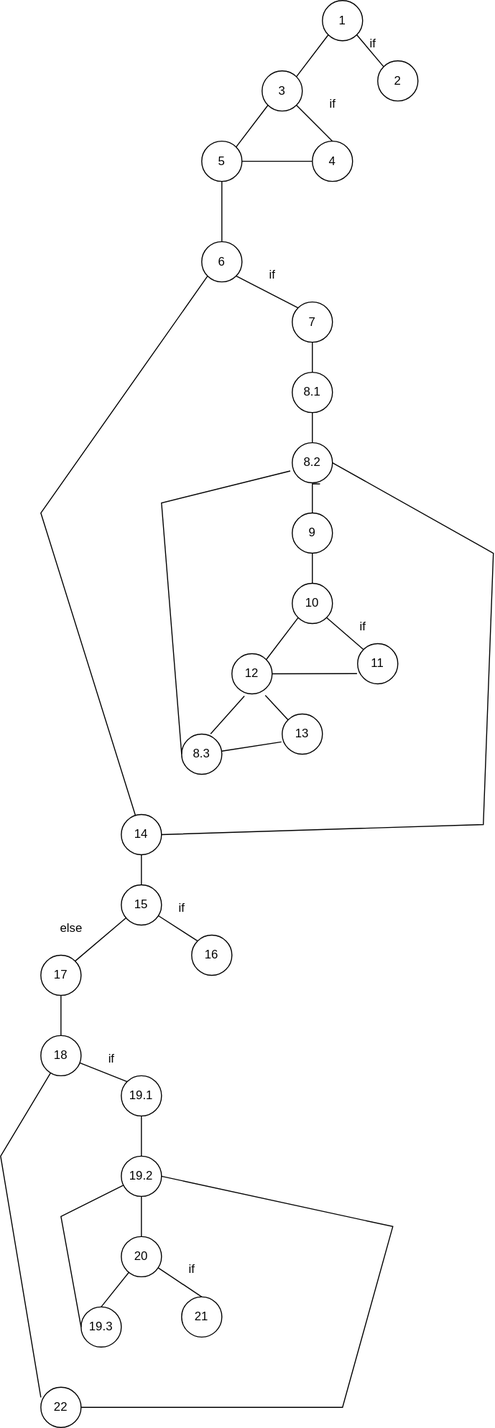
Above: CFG.svg in MahmudMeme/Si_2023_Lab2_213202 (draw.io), before the change. Source tidied: cells renumbered, new cells last; positions are measured from the earlier drawing's top-left corner, leaving out a move shared by most shapes.
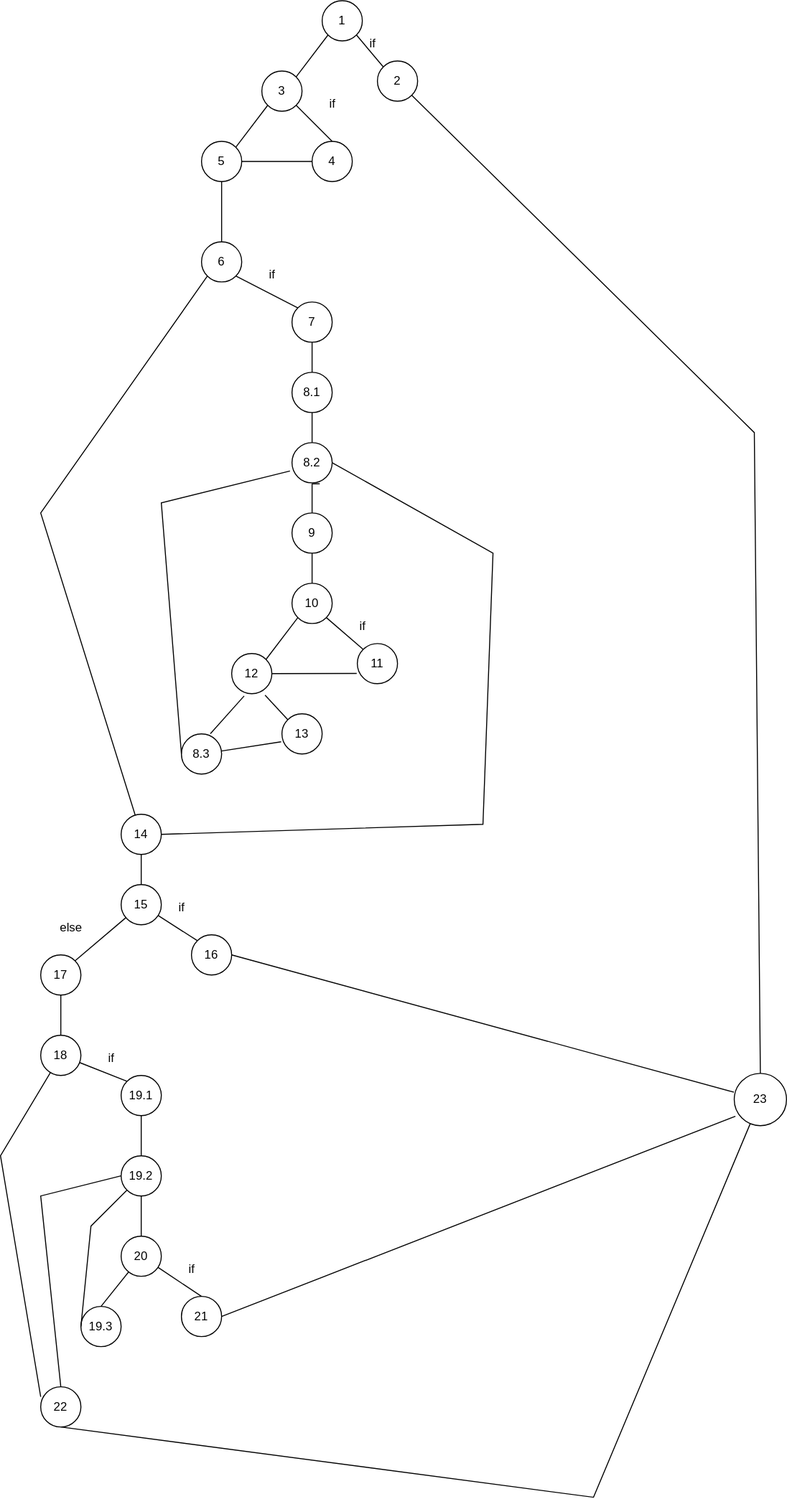
Above is the later version.

The edit, as a diff of the source:
```diff
@@ -205,7 +205,7 @@
     <mxCell id="63" style="endArrow=none;html=1;rounded=0;entryX=0;entryY=0.5;entryDx=0;entryDy=0;" parent="1" edge="1" source="54" target="61">
       <mxGeometry relative="1" as="geometry">
         <Array as="points">
-          <mxPoint x="60" y="1210" />
+          <mxPoint x="90" y="1220" />
         </Array>
       </mxGeometry>
     </mxCell>
@@ -219,16 +219,38 @@
         </Array>
       </mxGeometry>
     </mxCell>
-    <mxCell id="66" style="endArrow=none;html=1;rounded=0;entryX=1;entryY=0.5;entryDx=0;entryDy=0;exitX=1;exitY=0.5;exitDx=0;exitDy=0;" parent="1" edge="1" source="54" target="64">
-      <mxGeometry relative="1" as="geometry">
-        <Array as="points">
-          <mxPoint x="390" y="1220" />
-          <mxPoint x="340" y="1400" />
-        </Array>
-      </mxGeometry>
-    </mxCell>
     <mxCell id="67" value="if" style="text;html=1;align=center;verticalAlign=middle;strokeColor=none;fillColor=none;" parent="1" vertex="1">
       <mxGeometry x="95" y="1038" width="30" height="30" as="geometry" />
     </mxCell>
+    <mxCell id="68" value="23" style="ellipse;whiteSpace=wrap;html=1;" parent="1" vertex="1">
+      <mxGeometry x="730" y="1068" width="52" height="52" as="geometry" />
+    </mxCell>
+    <mxCell id="69" style="endArrow=none;html=1;rounded=0;entryX=0.5;entryY=1;entryDx=0;entryDy=0;" parent="1" edge="1" source="68" target="64">
+      <mxGeometry relative="1" as="geometry">
+        <Array as="points">
+          <mxPoint x="590" y="1490" />
+        </Array>
+      </mxGeometry>
+    </mxCell>
+    <mxCell id="70" style="endArrow=none;html=1;rounded=0;entryX=-0.008;entryY=0.358;entryDx=0;entryDy=0;entryPerimeter=0;exitX=1;exitY=0.5;exitDx=0;exitDy=0;" parent="1" edge="1" source="44" target="68">
+      <mxGeometry relative="1" as="geometry" />
+    </mxCell>
+    <mxCell id="71" style="endArrow=none;html=1;rounded=0;exitX=1;exitY=1;exitDx=0;exitDy=0;entryX=0.5;entryY=0;entryDx=0;entryDy=0;" parent="1" edge="1" source="3" target="68">
+      <mxGeometry relative="1" as="geometry">
+        <Array as="points">
+          <mxPoint x="750" y="430" />
+        </Array>
+      </mxGeometry>
+    </mxCell>
+    <mxCell id="72" style="endArrow=none;html=1;rounded=0;entryX=0.023;entryY=0.819;entryDx=0;entryDy=0;entryPerimeter=0;exitX=1;exitY=0.5;exitDx=0;exitDy=0;" parent="1" edge="1" source="58" target="68">
+      <mxGeometry relative="1" as="geometry" />
+    </mxCell>
+    <mxCell id="73" style="endArrow=none;html=1;rounded=0;entryX=0;entryY=0.5;entryDx=0;entryDy=0;exitX=0.5;exitY=0;exitDx=0;exitDy=0;" parent="1" edge="1" source="64" target="54">
+      <mxGeometry relative="1" as="geometry">
+        <Array as="points">
+          <mxPoint x="40" y="1190" />
+        </Array>
+      </mxGeometry>
+    </mxCell>
   </root>
 </mxGraphModel>
```
